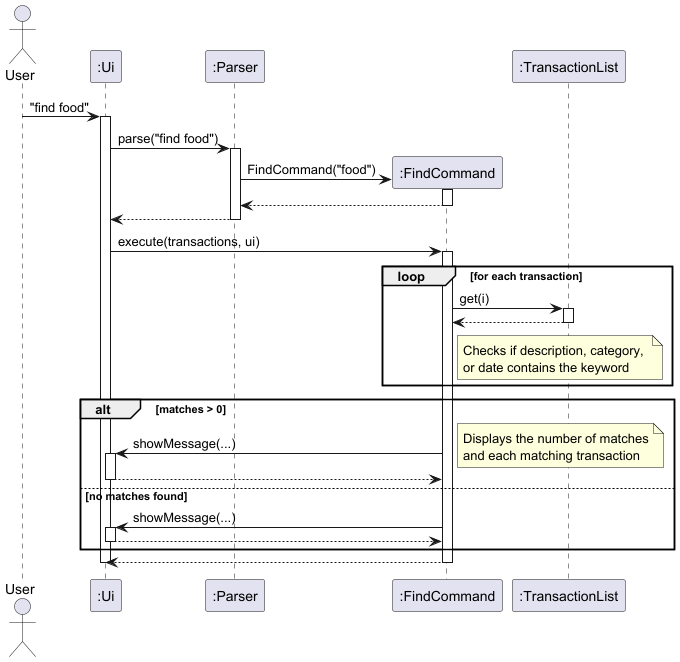
Above: docs/diagrams/FindSequenceDiagram.png in SeanChng/tp (PlantUML), before the change.
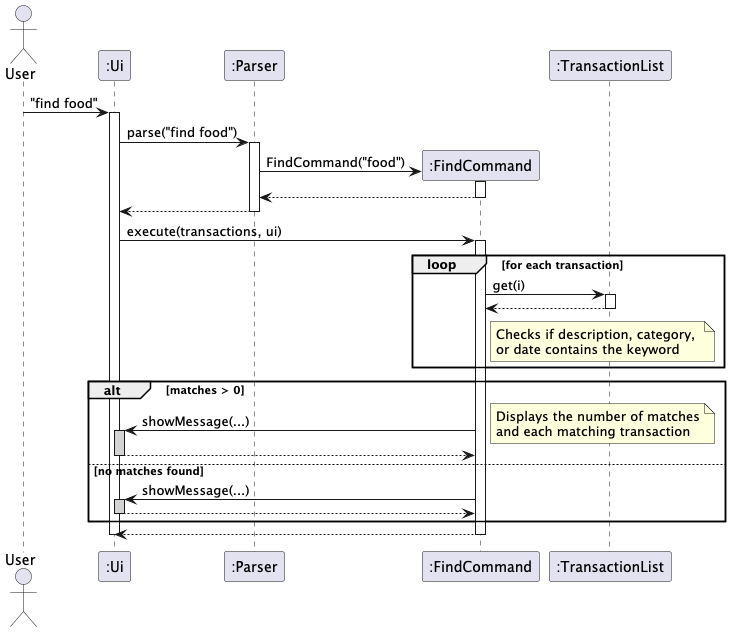
Above is the later version.

Commit message:
Update for self activation bar to Find Command to be light gray

Change to the diagram source:
```diff
@@ -35,13 +35,13 @@
 
 alt matches > 0
     FindCommand -> Ui : showMessage(...)
-    activate Ui
+    activate Ui #lightgrey
     note right: Displays the number of matches\nand each matching transaction
     Ui --> FindCommand
     deactivate Ui
 else no matches found
     FindCommand -> Ui : showMessage(...)
-    activate Ui
+    activate Ui #lightgrey
     Ui --> FindCommand
     deactivate Ui
 end
```
